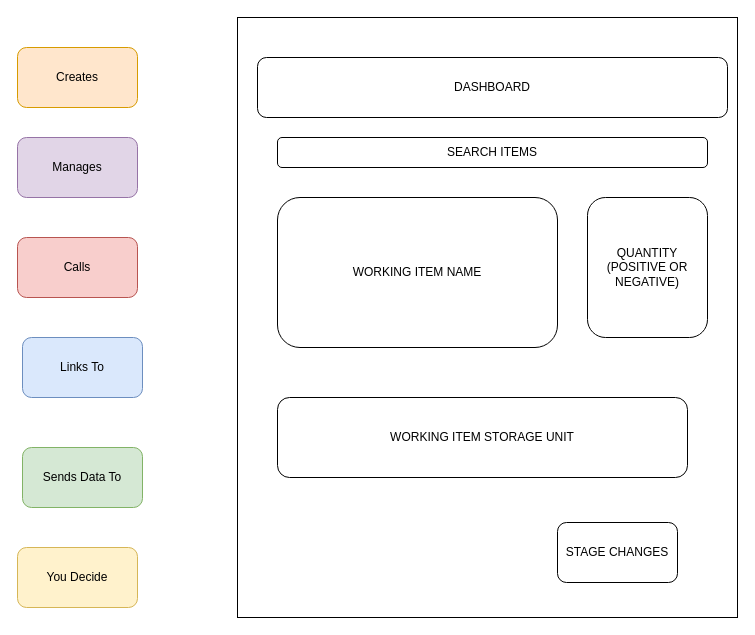
This is diagram/StorageManager.drawio from ArturCortez/learn-with-jordyn, a draw.io file, before an edit. Source tidied: cells renumbered, new cells numbered last; positions are measured from the earlier drawing's top-left corner, leaving out a move shared by most shapes. Both pictures are drawn from the tidied source at 100%, with x=0, y=0 at pixel (17, 17).
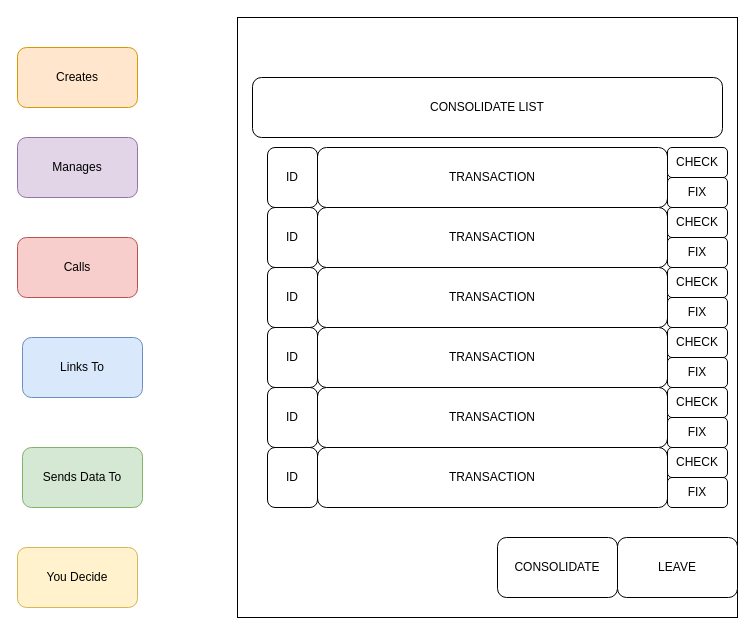
Above is the later version.

What changed in the source:
```diff
@@
-    <mxCell id="9" value="DASHBOARD" style="rounded=1;whiteSpace=wrap;html=1;" parent="1" vertex="1">
-      <mxGeometry x="240" y="40" width="470" height="60" as="geometry" />
+    <mxCell id="9" value="CONSOLIDATE LIST" style="rounded=1;whiteSpace=wrap;html=1;" parent="1" vertex="1">
+      <mxGeometry x="235" y="60" width="470" height="60" as="geometry" />
     </mxCell>
-    <mxCell id="10" value="SEARCH ITEMS" style="rounded=1;whiteSpace=wrap;html=1;" parent="1" vertex="1">
-      <mxGeometry x="260" y="120" width="430" height="30" as="geometry" />
-    </mxCell>
-    <mxCell id="11" value="WORKING ITEM NAME" style="rounded=1;whiteSpace=wrap;html=1;" parent="1" vertex="1">
-      <mxGeometry x="260" y="180" width="280" height="150" as="geometry" />
-    </mxCell>
-    <mxCell id="12" value="STAGE CHANGES" style="rounded=1;whiteSpace=wrap;html=1;" parent="1" vertex="1">
-      <mxGeometry x="540" y="505" width="120" height="60" as="geometry" />
-    </mxCell>
-    <mxCell id="13" value="QUANTITY (POSITIVE OR NEGATIVE)" style="rounded=1;whiteSpace=wrap;html=1;" parent="1" vertex="1">
-      <mxGeometry x="570" y="180" width="120" height="140" as="geometry" />
-    </mxCell>
-    <mxCell id="14" value="WORKING ITEM STORAGE UNIT" style="rounded=1;whiteSpace=wrap;html=1;" parent="1" vertex="1">
-      <mxGeometry x="260" y="380" width="410" height="80" as="geometry" />
-    </mxCell>
+    <mxCell id="15" value="TRANSACTION" style="rounded=1;whiteSpace=wrap;html=1;" parent="1" vertex="1">
+      <mxGeometry x="300" y="130" width="350" height="60" as="geometry" />
+    </mxCell>
+    <mxCell id="16" value="&lt;div&gt;LEAVE&lt;/div&gt;" style="rounded=1;whiteSpace=wrap;html=1;" parent="1" vertex="1">
+      <mxGeometry x="600" y="520" width="120" height="60" as="geometry" />
+    </mxCell>
+    <mxCell id="17" value="ID" style="rounded=1;whiteSpace=wrap;html=1;" parent="1" vertex="1">
+      <mxGeometry x="250" y="130" width="50" height="60" as="geometry" />
+    </mxCell>
+    <mxCell id="18" value="CHECK" style="rounded=1;whiteSpace=wrap;html=1;" parent="1" vertex="1">
+      <mxGeometry x="650" y="130" width="60" height="30" as="geometry" />
+    </mxCell>
+    <mxCell id="19" value="FIX" style="rounded=1;whiteSpace=wrap;html=1;" parent="1" vertex="1">
+      <mxGeometry x="650" y="160" width="60" height="30" as="geometry" />
+    </mxCell>
+    <mxCell id="20" value="TRANSACTION" style="rounded=1;whiteSpace=wrap;html=1;" parent="1" vertex="1">
+      <mxGeometry x="300" y="190" width="350" height="60" as="geometry" />
+    </mxCell>
+    <mxCell id="21" value="ID" style="rounded=1;whiteSpace=wrap;html=1;" parent="1" vertex="1">
+      <mxGeometry x="250" y="190" width="50" height="60" as="geometry" />
+    </mxCell>
+    <mxCell id="22" value="CHECK" style="rounded=1;whiteSpace=wrap;html=1;" parent="1" vertex="1">
+      <mxGeometry x="650" y="190" width="60" height="30" as="geometry" />
+    </mxCell>
+    <mxCell id="23" value="FIX" style="rounded=1;whiteSpace=wrap;html=1;" parent="1" vertex="1">
+      <mxGeometry x="650" y="220" width="60" height="30" as="geometry" />
+    </mxCell>
+    <mxCell id="24" value="TRANSACTION" style="rounded=1;whiteSpace=wrap;html=1;" parent="1" vertex="1">
+      <mxGeometry x="300" y="250" width="350" height="60" as="geometry" />
+    </mxCell>
+    <mxCell id="25" value="ID" style="rounded=1;whiteSpace=wrap;html=1;" parent="1" vertex="1">
+      <mxGeometry x="250" y="250" width="50" height="60" as="geometry" />
+    </mxCell>
+    <mxCell id="26" value="CHECK" style="rounded=1;whiteSpace=wrap;html=1;" parent="1" vertex="1">
+      <mxGeometry x="650" y="250" width="60" height="30" as="geometry" />
+    </mxCell>
+    <mxCell id="27" value="FIX" style="rounded=1;whiteSpace=wrap;html=1;" parent="1" vertex="1">
+      <mxGeometry x="650" y="280" width="60" height="30" as="geometry" />
+    </mxCell>
+    <mxCell id="28" value="TRANSACTION" style="rounded=1;whiteSpace=wrap;html=1;" parent="1" vertex="1">
+      <mxGeometry x="300" y="310" width="350" height="60" as="geometry" />
+    </mxCell>
+    <mxCell id="29" value="ID" style="rounded=1;whiteSpace=wrap;html=1;" parent="1" vertex="1">
+      <mxGeometry x="250" y="310" width="50" height="60" as="geometry" />
+    </mxCell>
+    <mxCell id="30" value="CHECK" style="rounded=1;whiteSpace=wrap;html=1;" parent="1" vertex="1">
+      <mxGeometry x="650" y="310" width="60" height="30" as="geometry" />
+    </mxCell>
+    <mxCell id="31" value="FIX" style="rounded=1;whiteSpace=wrap;html=1;" parent="1" vertex="1">
+      <mxGeometry x="650" y="340" width="60" height="30" as="geometry" />
+    </mxCell>
+    <mxCell id="32" value="TRANSACTION" style="rounded=1;whiteSpace=wrap;html=1;" parent="1" vertex="1">
+      <mxGeometry x="300" y="370" width="350" height="60" as="geometry" />
+    </mxCell>
+    <mxCell id="33" value="ID" style="rounded=1;whiteSpace=wrap;html=1;" parent="1" vertex="1">
+      <mxGeometry x="250" y="370" width="50" height="60" as="geometry" />
+    </mxCell>
+    <mxCell id="34" value="CHECK" style="rounded=1;whiteSpace=wrap;html=1;" parent="1" vertex="1">
+      <mxGeometry x="650" y="370" width="60" height="30" as="geometry" />
+    </mxCell>
+    <mxCell id="35" value="FIX" style="rounded=1;whiteSpace=wrap;html=1;" parent="1" vertex="1">
+      <mxGeometry x="650" y="400" width="60" height="30" as="geometry" />
+    </mxCell>
+    <mxCell id="36" value="TRANSACTION" style="rounded=1;whiteSpace=wrap;html=1;" parent="1" vertex="1">
+      <mxGeometry x="300" y="430" width="350" height="60" as="geometry" />
+    </mxCell>
+    <mxCell id="37" value="ID" style="rounded=1;whiteSpace=wrap;html=1;" parent="1" vertex="1">
+      <mxGeometry x="250" y="430" width="50" height="60" as="geometry" />
+    </mxCell>
+    <mxCell id="38" value="CHECK" style="rounded=1;whiteSpace=wrap;html=1;" parent="1" vertex="1">
+      <mxGeometry x="650" y="430" width="60" height="30" as="geometry" />
+    </mxCell>
+    <mxCell id="39" value="FIX" style="rounded=1;whiteSpace=wrap;html=1;" parent="1" vertex="1">
+      <mxGeometry x="650" y="460" width="60" height="30" as="geometry" />
+    </mxCell>
+    <mxCell id="40" value="CONSOLIDATE" style="rounded=1;whiteSpace=wrap;html=1;" parent="1" vertex="1">
+      <mxGeometry x="480" y="520" width="120" height="60" as="geometry" />
+    </mxCell>
```
